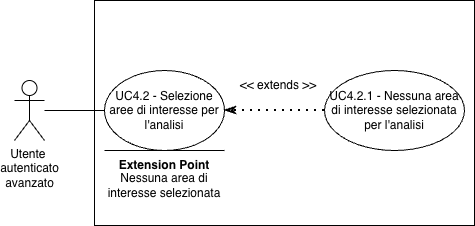
Earlier version of the draw.io export assets/diagrams/UC4_2.png (SkarabGroup/DocumentazioneProgetto). Source tidied: cells renumbered, new cells last; positions are measured from the earlier drawing's top-left corner, leaving out a move shared by most shapes. Its diagram source:
```xml
<mxGraphModel>
  <root>
    <mxCell id="0" />
    <mxCell id="1" parent="0" />
    <mxCell id="2" value="Utente&amp;nbsp;&lt;div&gt;autenticato&lt;/div&gt;&lt;div&gt;avanzato&lt;/div&gt;" style="shape=umlActor;verticalLabelPosition=bottom;verticalAlign=top;html=1;outlineConnect=0;" parent="1" vertex="1">
      <mxGeometry y="80" width="30" height="60" as="geometry" />
    </mxCell>
    <mxCell id="3" style="rounded=0;whiteSpace=wrap;html=1;" parent="1" vertex="1">
      <mxGeometry x="80" width="380" height="225" as="geometry" />
    </mxCell>
    <mxCell id="4" value="UC4.2 - Selezione aree di interesse per l'analisi" style="ellipse;whiteSpace=wrap;html=1;" parent="1" vertex="1">
      <mxGeometry x="90" y="70" width="120" height="80" as="geometry" />
    </mxCell>
    <mxCell id="5" value="UC4.2.1 - Nessuna area di interesse selezionata per l'analisi" style="ellipse;whiteSpace=wrap;html=1;" parent="1" vertex="1">
      <mxGeometry x="310" y="70" width="140" height="80" as="geometry" />
    </mxCell>
    <mxCell id="6" style="endArrow=classicThin;dashed=1;html=1;dashPattern=1 3;strokeWidth=2;rounded=0;entryX=1;entryY=0.5;entryDx=0;entryDy=0;exitX=0;exitY=0.5;exitDx=0;exitDy=0;endFill=0;startArrow=none;startFill=0;" parent="1" edge="1" source="5" target="4">
      <mxGeometry relative="1" as="geometry" />
    </mxCell>
    <mxCell id="7" style="endArrow=none;html=1;rounded=0;entryX=0;entryY=0.5;entryDx=0;entryDy=0;" parent="1" edge="1" source="2" target="4">
      <mxGeometry relative="1" as="geometry" />
    </mxCell>
    <mxCell id="8" value="&amp;lt;&amp;lt; extends &amp;gt;&amp;gt;" style="text;html=1;whiteSpace=wrap;strokeColor=none;fillColor=none;align=center;verticalAlign=middle;rounded=0;" parent="1" vertex="1">
      <mxGeometry x="219" y="70" width="90" height="30" as="geometry" />
    </mxCell>
    <mxCell id="9" value="&lt;b&gt;Extension Point&lt;/b&gt;" style="text;html=1;whiteSpace=wrap;strokeColor=none;fillColor=none;align=center;verticalAlign=middle;rounded=0;" parent="1" vertex="1">
      <mxGeometry x="90" y="150" width="120" height="30" as="geometry" />
    </mxCell>
    <mxCell id="10" style="endArrow=none;html=1;rounded=0;" parent="1" edge="1">
      <mxGeometry relative="1" as="geometry">
        <mxPoint x="90" y="150" as="sourcePoint" />
        <mxPoint x="210" y="150" as="targetPoint" />
      </mxGeometry>
    </mxCell>
    <mxCell id="11" value="Nessuna area di interesse selezionata" style="text;html=1;whiteSpace=wrap;strokeColor=none;fillColor=none;align=center;verticalAlign=middle;rounded=0;" parent="1" vertex="1">
      <mxGeometry x="80" y="170" width="140" height="30" as="geometry" />
    </mxCell>
  </root>
</mxGraphModel>
```
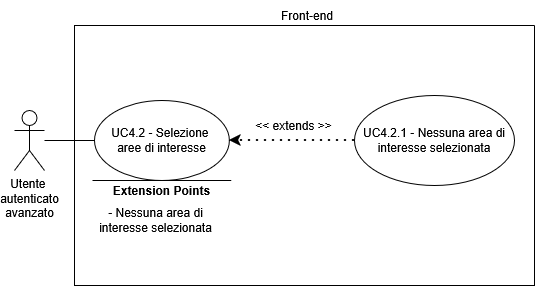
After the change.

The edit, as a diff of the source:
```diff
@@ -2,38 +2,41 @@
   <root>
     <mxCell id="0" />
     <mxCell id="1" parent="0" />
-    <mxCell id="2" value="Utente&amp;nbsp;&lt;div&gt;autenticato&lt;/div&gt;&lt;div&gt;avanzato&lt;/div&gt;" style="shape=umlActor;verticalLabelPosition=bottom;verticalAlign=top;html=1;outlineConnect=0;" parent="1" vertex="1">
+    <mxCell id="2" value="&lt;div&gt;Utente&amp;nbsp;&lt;/div&gt;&lt;div&gt;autenticato&lt;/div&gt;&lt;div&gt;avanzato&lt;/div&gt;" style="shape=umlActor;verticalLabelPosition=bottom;verticalAlign=top;html=1;outlineConnect=0;" parent="1" vertex="1">
       <mxGeometry y="80" width="30" height="60" as="geometry" />
     </mxCell>
-    <mxCell id="3" style="rounded=0;whiteSpace=wrap;html=1;" parent="1" vertex="1">
-      <mxGeometry x="80" width="380" height="225" as="geometry" />
-    </mxCell>
-    <mxCell id="4" value="UC4.2 - Selezione aree di interesse per l'analisi" style="ellipse;whiteSpace=wrap;html=1;" parent="1" vertex="1">
-      <mxGeometry x="90" y="70" width="120" height="80" as="geometry" />
-    </mxCell>
-    <mxCell id="5" value="UC4.2.1 - Nessuna area di interesse selezionata per l'analisi" style="ellipse;whiteSpace=wrap;html=1;" parent="1" vertex="1">
-      <mxGeometry x="310" y="70" width="140" height="80" as="geometry" />
-    </mxCell>
-    <mxCell id="6" style="endArrow=classicThin;dashed=1;html=1;dashPattern=1 3;strokeWidth=2;rounded=0;entryX=1;entryY=0.5;entryDx=0;entryDy=0;exitX=0;exitY=0.5;exitDx=0;exitDy=0;endFill=0;startArrow=none;startFill=0;" parent="1" edge="1" source="5" target="4">
-      <mxGeometry relative="1" as="geometry" />
-    </mxCell>
-    <mxCell id="7" style="endArrow=none;html=1;rounded=0;entryX=0;entryY=0.5;entryDx=0;entryDy=0;" parent="1" edge="1" source="2" target="4">
-      <mxGeometry relative="1" as="geometry" />
-    </mxCell>
+    <mxCell id="12" style="swimlane;startSize=0;" parent="1" vertex="1">
+      <mxGeometry x="60" y="-5" width="460" height="260" as="geometry" />
+    </mxCell>
+    <mxCell id="13" value="&lt;div&gt;UC4.2 - Selezione&amp;nbsp;&lt;/div&gt;&lt;div&gt;aree di interesse&lt;/div&gt;" style="ellipse;whiteSpace=wrap;html=1;" parent="12" vertex="1">
+      <mxGeometry x="20" y="75" width="134.9" height="80" as="geometry" />
+    </mxCell>
+    <mxCell id="14" value="UC4.2.1 - Nessuna area di interesse selezionata" style="ellipse;whiteSpace=wrap;html=1;" parent="12" vertex="1">
+      <mxGeometry x="280" y="70" width="160" height="90" as="geometry" />
+    </mxCell>
+    <mxCell id="15" style="endArrow=classic;dashed=1;html=1;dashPattern=1 3;strokeWidth=2;rounded=0;entryX=1;entryY=0.5;entryDx=0;entryDy=0;exitX=0;exitY=0.5;exitDx=0;exitDy=0;strokeColor=default;curved=0;endFill=1;endSize=6;" parent="12" edge="1" source="14" target="13">
+      <mxGeometry relative="1" as="geometry" />
+    </mxCell>
-    <mxCell id="8" value="&amp;lt;&amp;lt; extends &amp;gt;&amp;gt;" style="text;html=1;whiteSpace=wrap;strokeColor=none;fillColor=none;align=center;verticalAlign=middle;rounded=0;" parent="1" vertex="1">
-      <mxGeometry x="219" y="70" width="90" height="30" as="geometry" />
+    <mxCell id="8" value="&lt;div&gt;&amp;lt;&amp;lt; extends &amp;gt;&amp;gt;&lt;/div&gt;" style="text;html=1;whiteSpace=wrap;strokeColor=none;fillColor=none;align=center;verticalAlign=middle;rounded=0;" parent="12" vertex="1">
+      <mxGeometry x="171.9" y="85" width="95" height="30" as="geometry" />
     </mxCell>
-    <mxCell id="9" value="&lt;b&gt;Extension Point&lt;/b&gt;" style="text;html=1;whiteSpace=wrap;strokeColor=none;fillColor=none;align=center;verticalAlign=middle;rounded=0;" parent="1" vertex="1">
-      <mxGeometry x="90" y="150" width="120" height="30" as="geometry" />
-    </mxCell>
-    <mxCell id="10" style="endArrow=none;html=1;rounded=0;" parent="1" edge="1">
-      <mxGeometry relative="1" as="geometry">
-        <mxPoint x="90" y="150" as="sourcePoint" />
-        <mxPoint x="210" y="150" as="targetPoint" />
-      </mxGeometry>
-    </mxCell>
-    <mxCell id="11" value="Nessuna area di interesse selezionata" style="text;html=1;whiteSpace=wrap;strokeColor=none;fillColor=none;align=center;verticalAlign=middle;rounded=0;" parent="1" vertex="1">
-      <mxGeometry x="80" y="170" width="140" height="30" as="geometry" />
-    </mxCell>
+    <mxCell id="16" style="endArrow=none;html=1;rounded=0;" parent="12" edge="1">
+      <mxGeometry relative="1" as="geometry">
+        <mxPoint x="156.8" y="155" as="sourcePoint" />
+        <mxPoint x="18" y="155" as="targetPoint" />
+      </mxGeometry>
+    </mxCell>
+    <mxCell id="17" value="&lt;b&gt;Extension Points&lt;/b&gt;" style="text;html=1;whiteSpace=wrap;strokeColor=none;fillColor=none;align=center;verticalAlign=middle;rounded=0;strokeWidth=5;" parent="12" vertex="1">
+      <mxGeometry x="29.9" y="150" width="115" height="30" as="geometry" />
+    </mxCell>
+    <mxCell id="18" value="&lt;div align=&quot;center&quot;&gt;- Nessuna area di interesse selezionata&lt;/div&gt;" style="text;html=1;whiteSpace=wrap;strokeColor=none;fillColor=none;align=center;verticalAlign=middle;rounded=0;" parent="12" vertex="1">
+      <mxGeometry x="7.9" y="155" width="147" height="80" as="geometry" />
+    </mxCell>
+    <mxCell id="19" style="endArrow=none;html=1;rounded=0;entryX=0;entryY=0.5;entryDx=0;entryDy=0;" parent="1" edge="1" source="2" target="13">
+      <mxGeometry relative="1" as="geometry" />
+    </mxCell>
+    <mxCell id="20" value="Front-end" style="text;html=1;whiteSpace=wrap;strokeColor=none;fillColor=none;align=center;verticalAlign=middle;rounded=0;" parent="1" vertex="1">
+      <mxGeometry x="262.5" y="-30" width="60" height="30" as="geometry" />
+    </mxCell>
   </root>
 </mxGraphModel>
```
